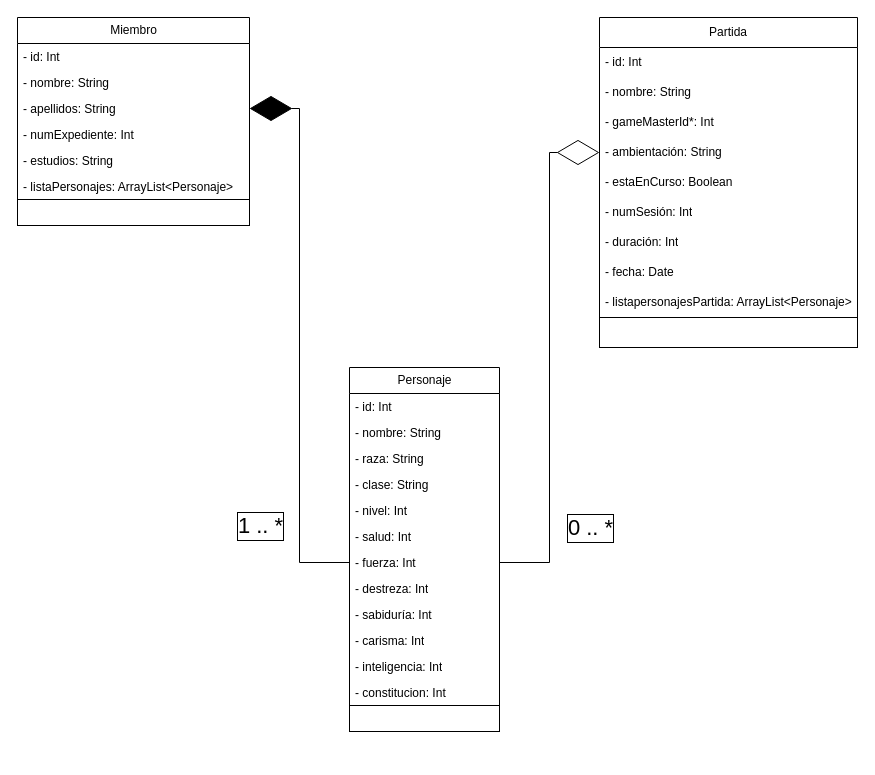
Above: diagrams/diagramadeClases.drawio in gonzalopozo/proyecto-integrador-1-daw-gonzalo-manuel-daniel-hector (draw.io), before the change. Source tidied: cells renumbered, new cells numbered last; positions are measured from the earlier drawing's top-left corner, leaving out a move shared by most shapes. Both pictures are drawn from the tidied source at 100%, with x=0, y=0 at pixel (17, 17).
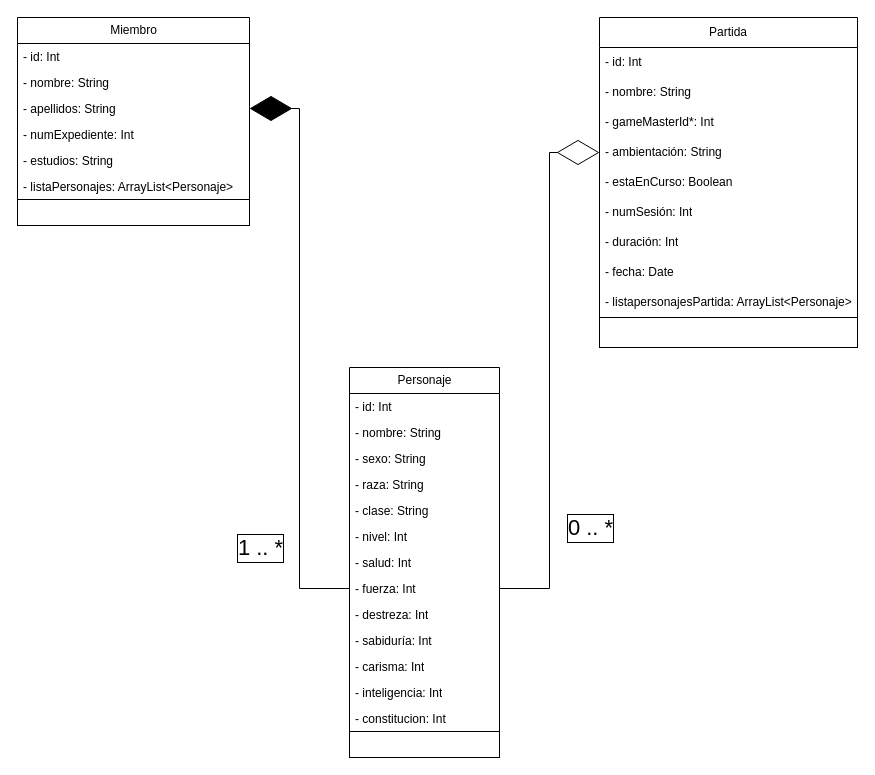
The same diagram, later.

The edit, as a diff of the source:
```diff
@@
     <mxCell id="12" value="Personaje" style="swimlane;fontStyle=0;horizontal=1;startSize=26;fillColor=none;html=1;" parent="1" vertex="1">
-      <mxGeometry x="332" y="350" width="150" height="364" as="geometry" />
+      <mxGeometry x="332" y="350" width="150" height="390" as="geometry" />
     </mxCell>
@@
+    <mxCell id="39" value="- sexo: String" style="text;strokeColor=none;fillColor=none;align=left;verticalAlign=top;spacingLeft=4;spacingRight=4;overflow=hidden;whiteSpace=wrap;html=1;" parent="12" vertex="1">
+      <mxGeometry y="78" width="150" height="26" as="geometry" />
+    </mxCell>
     <mxCell id="15" value="- raza: String" style="text;strokeColor=none;fillColor=none;align=left;verticalAlign=top;spacingLeft=4;spacingRight=4;overflow=hidden;whiteSpace=wrap;html=1;" parent="12" vertex="1">
-      <mxGeometry y="78" width="150" height="26" as="geometry" />
+      <mxGeometry y="104" width="150" height="26" as="geometry" />
     </mxCell>
     <mxCell id="16" value="- clase: String" style="text;strokeColor=none;fillColor=none;align=left;verticalAlign=top;spacingLeft=4;spacingRight=4;overflow=hidden;whiteSpace=wrap;html=1;" parent="12" vertex="1">
-      <mxGeometry y="104" width="150" height="26" as="geometry" />
+      <mxGeometry y="130" width="150" height="26" as="geometry" />
     </mxCell>
     <mxCell id="17" value="- nivel: Int" style="text;strokeColor=none;fillColor=none;align=left;verticalAlign=top;spacingLeft=4;spacingRight=4;overflow=hidden;whiteSpace=wrap;html=1;" parent="12" vertex="1">
-      <mxGeometry y="130" width="150" height="26" as="geometry" />
+      <mxGeometry y="156" width="150" height="26" as="geometry" />
     </mxCell>
     <mxCell id="18" value="- salud: Int" style="text;strokeColor=none;fillColor=none;align=left;verticalAlign=top;spacingLeft=4;spacingRight=4;overflow=hidden;whiteSpace=wrap;html=1;" parent="12" vertex="1">
-      <mxGeometry y="156" width="150" height="26" as="geometry" />
+      <mxGeometry y="182" width="150" height="26" as="geometry" />
     </mxCell>
     <mxCell id="19" value="- fuerza: Int" style="text;strokeColor=none;fillColor=none;align=left;verticalAlign=top;spacingLeft=4;spacingRight=4;overflow=hidden;points=[[0,0.5],[1,0.5]];portConstraint=eastwest;whiteSpace=wrap;html=1;" parent="12" vertex="1">
-      <mxGeometry y="182" width="150" height="26" as="geometry" />
+      <mxGeometry y="208" width="150" height="26" as="geometry" />
     </mxCell>
     <mxCell id="20" value="- destreza: Int" style="text;strokeColor=none;fillColor=none;align=left;verticalAlign=top;spacingLeft=4;spacingRight=4;overflow=hidden;whiteSpace=wrap;html=1;" parent="12" vertex="1">
-      <mxGeometry y="208" width="150" height="26" as="geometry" />
+      <mxGeometry y="234" width="150" height="26" as="geometry" />
     </mxCell>
     <mxCell id="21" value="- sabiduría: Int" style="text;strokeColor=none;fillColor=none;align=left;verticalAlign=top;spacingLeft=4;spacingRight=4;overflow=hidden;whiteSpace=wrap;html=1;" parent="12" vertex="1">
-      <mxGeometry y="234" width="150" height="26" as="geometry" />
+      <mxGeometry y="260" width="150" height="26" as="geometry" />
     </mxCell>
     <mxCell id="22" value="- carisma: Int" style="text;strokeColor=none;fillColor=none;align=left;verticalAlign=top;spacingLeft=4;spacingRight=4;overflow=hidden;whiteSpace=wrap;html=1;" parent="12" vertex="1">
-      <mxGeometry y="260" width="150" height="26" as="geometry" />
+      <mxGeometry y="286" width="150" height="26" as="geometry" />
     </mxCell>
     <mxCell id="23" value="- inteligencia: Int" style="text;strokeColor=none;fillColor=none;align=left;verticalAlign=top;spacingLeft=4;spacingRight=4;overflow=hidden;whiteSpace=wrap;html=1;" parent="12" vertex="1">
-      <mxGeometry y="286" width="150" height="26" as="geometry" />
+      <mxGeometry y="312" width="150" height="26" as="geometry" />
     </mxCell>
     <mxCell id="24" value="- constitucion: Int" style="text;strokeColor=none;fillColor=none;align=left;verticalAlign=top;spacingLeft=4;spacingRight=4;overflow=hidden;whiteSpace=wrap;html=1;" parent="12" vertex="1">
-      <mxGeometry y="312" width="150" height="26" as="geometry" />
+      <mxGeometry y="338" width="150" height="26" as="geometry" />
     </mxCell>
     <mxCell id="25" style="text;strokeColor=default;fillColor=none;align=left;verticalAlign=top;spacingLeft=4;spacingRight=4;overflow=hidden;whiteSpace=wrap;html=1;" parent="12" vertex="1">
-      <mxGeometry y="338" width="150" height="26" as="geometry" />
+      <mxGeometry y="364" width="150" height="26" as="geometry" />
     </mxCell>
```
